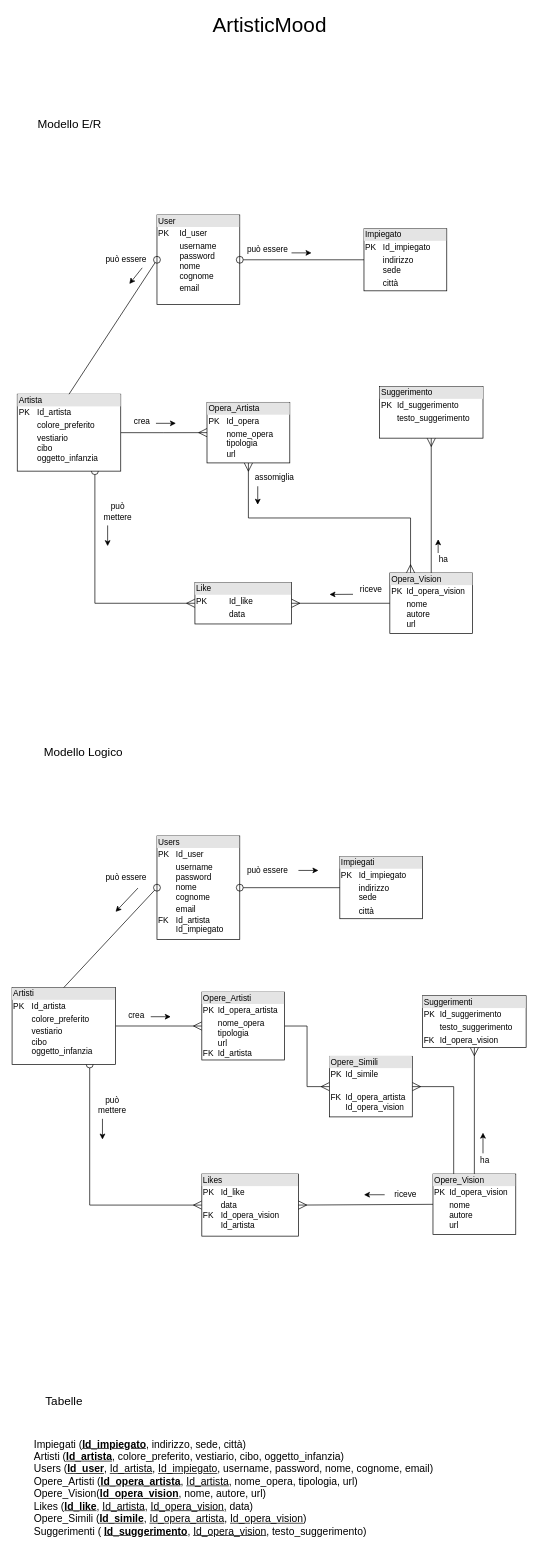
The draw.io diagram ArtisticMood.drawio in ChiaraGismondi02/ArtisticMood, before the edit. Source tidied: cells renumbered, new cells numbered last; positions are measured from the earlier drawing's top-left corner, leaving out a move shared by most shapes. Both pictures are drawn from the tidied source at 69%, with x=0, y=0 at pixel (12, 14).
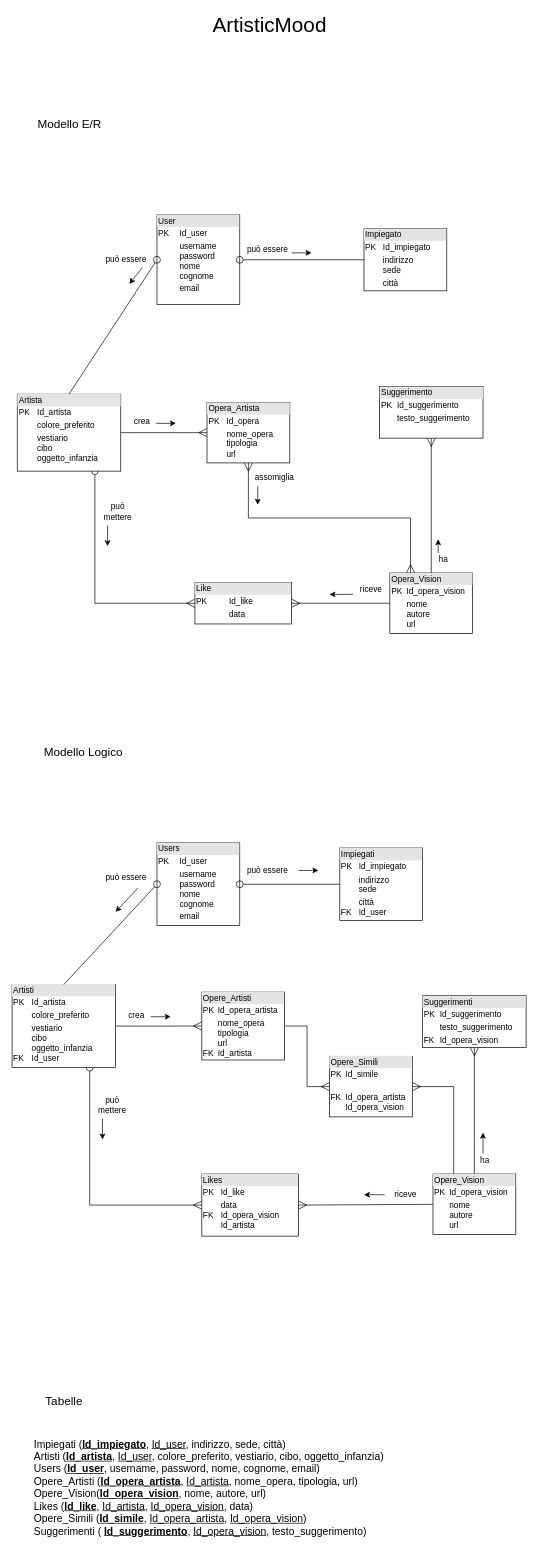
Above is the later version.

What changed in the source:
```diff
@@
-    <mxCell id="4" value="&lt;div style=&quot;box-sizing: border-box ; width: 100% ; background: #e4e4e4 ; padding: 2px&quot;&gt;Artisti&lt;/div&gt;&lt;table style=&quot;width: 100% ; font-size: 1em&quot; cellpadding=&quot;2&quot; cellspacing=&quot;0&quot;&gt;&lt;tbody&gt;&lt;tr&gt;&lt;td&gt;PK&lt;/td&gt;&lt;td&gt;Id_artista&lt;br&gt;&lt;/td&gt;&lt;/tr&gt;&lt;tr&gt;&lt;td&gt;&lt;br&gt;&lt;/td&gt;&lt;td&gt;colore_preferito&lt;/td&gt;&lt;/tr&gt;&lt;tr&gt;&lt;td&gt;&lt;br&gt;&lt;br&gt;&lt;br&gt;&lt;br&gt;&lt;br&gt;&lt;/td&gt;&lt;td&gt;vestiario&lt;br&gt;cibo&lt;br&gt;oggetto_infanzia&lt;br&gt;&lt;br&gt;&lt;br&gt;&lt;/td&gt;&lt;/tr&gt;&lt;/tbody&gt;&lt;/table&gt;" style="verticalAlign=top;align=left;overflow=fill;html=1;" parent="1" vertex="1">
-      <mxGeometry y="1410.7" width="150" height="111.5" as="geometry" />
+    <mxCell id="4" value="&lt;div style=&quot;box-sizing: border-box ; width: 100% ; background: #e4e4e4 ; padding: 2px&quot;&gt;Artisti&lt;/div&gt;&lt;table style=&quot;width: 100% ; font-size: 1em&quot; cellpadding=&quot;2&quot; cellspacing=&quot;0&quot;&gt;&lt;tbody&gt;&lt;tr&gt;&lt;td&gt;PK&lt;/td&gt;&lt;td&gt;Id_artista&lt;br&gt;&lt;/td&gt;&lt;/tr&gt;&lt;tr&gt;&lt;td&gt;&lt;br&gt;&lt;/td&gt;&lt;td&gt;colore_preferito&lt;/td&gt;&lt;/tr&gt;&lt;tr&gt;&lt;td&gt;&lt;br&gt;&lt;br&gt;&lt;br&gt;FK&lt;br&gt;&lt;br&gt;&lt;br&gt;&lt;/td&gt;&lt;td&gt;vestiario&lt;br&gt;cibo&lt;br&gt;oggetto_infanzia&lt;br&gt;Id_user&lt;br&gt;&lt;br&gt;&lt;br&gt;&lt;/td&gt;&lt;/tr&gt;&lt;/tbody&gt;&lt;/table&gt;" style="verticalAlign=top;align=left;overflow=fill;html=1;" parent="1" vertex="1">
+      <mxGeometry y="1406.4" width="150" height="120.3" as="geometry" />
     </mxCell>
@@
-    <mxCell id="14" value="&lt;font style=&quot;font-size: 15px&quot;&gt;&lt;br&gt;Impiegati (&lt;b&gt;&lt;u&gt;Id_impiegato&lt;/u&gt;&lt;/b&gt;, indirizzo, sede, città)&lt;br&gt;Artisti (&lt;u&gt;&lt;b&gt;Id_artista&lt;/b&gt;&lt;/u&gt;, colore_preferito, vestiario, cibo, oggetto_infanzia)&lt;br&gt;Users (&lt;u&gt;&lt;b&gt;Id_user&lt;/b&gt;&lt;/u&gt;,&amp;nbsp;&lt;u&gt;Id_artista&lt;/u&gt;,&amp;nbsp;&lt;u&gt;Id_impiegato&lt;/u&gt;, username, password, nome, cognome, email)&lt;br&gt;Opere_Artisti (&lt;b&gt;&lt;u&gt;Id_opera_artista&lt;/u&gt;&lt;/b&gt;, &lt;u&gt;Id_artista&lt;/u&gt;, nome_opera, tipologia, url)&lt;br&gt;Opere_Vision(&lt;b&gt;&lt;u&gt;Id_opera_vision&lt;/u&gt;&lt;/b&gt;, nome, autore, url)&lt;br&gt;Likes (&lt;u&gt;&lt;b&gt;Id_like&lt;/b&gt;&lt;/u&gt;, &lt;u&gt;Id_artista&lt;/u&gt;, &lt;u&gt;Id_opera_vision,&lt;/u&gt; data)&lt;br&gt;Opere_Simili (&lt;b&gt;&lt;u&gt;Id_simile&lt;/u&gt;&lt;/b&gt;, &lt;u&gt;Id_opera_artista&lt;/u&gt;, &lt;u&gt;Id_opera_vision&lt;/u&gt;)&lt;br&gt;Suggerimenti ( &lt;u&gt;&lt;b&gt;Id_suggerimento&lt;/b&gt;&lt;/u&gt;, &lt;u&gt;Id_opera_vision&lt;/u&gt;, testo_suggerimento)&lt;/font&gt;" style="text;html=1;align=left;verticalAlign=middle;fillColor=none;strokeColor=none;rounded=0;sketch=0;" parent="1" vertex="1">
-      <mxGeometry x="30" y="2056" width="590" height="140" as="geometry" />
+    <mxCell id="14" value="&lt;font style=&quot;font-size: 15px&quot;&gt;&lt;br&gt;Impiegati (&lt;b&gt;&lt;u&gt;Id_impiegato&lt;/u&gt;&lt;/b&gt;, &lt;u&gt;Id_user&lt;/u&gt;, indirizzo, sede, città)&lt;br&gt;Artisti (&lt;u&gt;&lt;b&gt;Id_artista&lt;/b&gt;&lt;/u&gt;, &lt;u&gt;Id_user&lt;/u&gt;, colore_preferito, vestiario, cibo, oggetto_infanzia)&lt;br&gt;Users (&lt;u&gt;&lt;b&gt;Id_user&lt;/b&gt;&lt;/u&gt;, username, password, nome, cognome, email)&lt;br&gt;Opere_Artisti (&lt;b&gt;&lt;u&gt;Id_opera_artista&lt;/u&gt;&lt;/b&gt;, &lt;u&gt;Id_artista&lt;/u&gt;, nome_opera, tipologia, url)&lt;br&gt;Opere_Vision(&lt;b&gt;&lt;u&gt;Id_opera_vision&lt;/u&gt;&lt;/b&gt;, nome, autore, url)&lt;br&gt;Likes (&lt;u&gt;&lt;b&gt;Id_like&lt;/b&gt;&lt;/u&gt;, &lt;u&gt;Id_artista&lt;/u&gt;, &lt;u&gt;Id_opera_vision,&lt;/u&gt; data)&lt;br&gt;Opere_Simili (&lt;b&gt;&lt;u&gt;Id_simile&lt;/u&gt;&lt;/b&gt;, &lt;u&gt;Id_opera_artista&lt;/u&gt;, &lt;u&gt;Id_opera_vision&lt;/u&gt;)&lt;br&gt;Suggerimenti ( &lt;u&gt;&lt;b&gt;Id_suggerimento&lt;/b&gt;&lt;/u&gt;, &lt;u&gt;Id_opera_vision&lt;/u&gt;, testo_suggerimento)&lt;/font&gt;" style="text;html=1;align=left;verticalAlign=middle;fillColor=none;strokeColor=none;rounded=0;sketch=0;" parent="1" vertex="1">
+      <mxGeometry x="30" y="2056" width="520" height="140" as="geometry" />
     </mxCell>
@@
-    <mxCell id="24" value="&lt;div style=&quot;box-sizing: border-box ; width: 100% ; background: #e4e4e4 ; padding: 2px&quot;&gt;Impiegati&lt;/div&gt;&lt;table style=&quot;width: 100% ; font-size: 1em&quot; cellpadding=&quot;2&quot; cellspacing=&quot;0&quot;&gt;&lt;tbody&gt;&lt;tr&gt;&lt;td&gt;PK&lt;/td&gt;&lt;td&gt;Id_impiegato&lt;br&gt;&lt;/td&gt;&lt;/tr&gt;&lt;tr&gt;&lt;td&gt;&lt;br&gt;&lt;br&gt;&lt;/td&gt;&lt;td&gt;indirizzo&lt;br&gt;sede&lt;/td&gt;&lt;/tr&gt;&lt;tr&gt;&lt;td&gt;&lt;br&gt;&lt;/td&gt;&lt;td&gt;città&lt;br&gt;&lt;br&gt;&lt;/td&gt;&lt;/tr&gt;&lt;/tbody&gt;&lt;/table&gt;" style="verticalAlign=top;align=left;overflow=fill;html=1;" parent="1" vertex="1">
-      <mxGeometry x="475" y="1221" width="120" height="90" as="geometry" />
+    <mxCell id="24" value="&lt;div style=&quot;box-sizing: border-box ; width: 100% ; background: #e4e4e4 ; padding: 2px&quot;&gt;Impiegati&lt;/div&gt;&lt;table style=&quot;width: 100% ; font-size: 1em&quot; cellpadding=&quot;2&quot; cellspacing=&quot;0&quot;&gt;&lt;tbody&gt;&lt;tr&gt;&lt;td&gt;PK&lt;/td&gt;&lt;td&gt;Id_impiegato&lt;br&gt;&lt;/td&gt;&lt;/tr&gt;&lt;tr&gt;&lt;td&gt;&lt;br&gt;&lt;br&gt;&lt;/td&gt;&lt;td&gt;indirizzo&lt;br&gt;sede&lt;/td&gt;&lt;/tr&gt;&lt;tr&gt;&lt;td&gt;FK&lt;/td&gt;&lt;td&gt;città&lt;br&gt;Id_user&lt;br&gt;&lt;br&gt;&lt;/td&gt;&lt;/tr&gt;&lt;/tbody&gt;&lt;/table&gt;" style="verticalAlign=top;align=left;overflow=fill;html=1;" parent="1" vertex="1">
+      <mxGeometry x="475" y="1208.5" width="120" height="105" as="geometry" />
     </mxCell>
-    <mxCell id="25" value="&lt;div style=&quot;box-sizing: border-box ; width: 100% ; background: #e4e4e4 ; padding: 2px&quot;&gt;Users&lt;/div&gt;&lt;table style=&quot;width: 100% ; font-size: 1em&quot; cellpadding=&quot;2&quot; cellspacing=&quot;0&quot;&gt;&lt;tbody&gt;&lt;tr&gt;&lt;td&gt;PK&lt;/td&gt;&lt;td&gt;Id_user&lt;br&gt;&lt;/td&gt;&lt;/tr&gt;&lt;tr&gt;&lt;td&gt;&lt;br&gt;&lt;br&gt;&lt;/td&gt;&lt;td&gt;username&lt;br&gt;password&lt;br&gt;nome&lt;br&gt;cognome&lt;br&gt;&lt;/td&gt;&lt;/tr&gt;&lt;tr&gt;&lt;td&gt;FK&lt;/td&gt;&lt;td&gt;email&lt;br&gt;Id_artista&lt;br&gt;Id_impiegato&lt;/td&gt;&lt;/tr&gt;&lt;/tbody&gt;&lt;/table&gt;" style="verticalAlign=top;align=left;overflow=fill;html=1;" parent="1" vertex="1">
-      <mxGeometry x="210" y="1191" width="120" height="150" as="geometry" />
+    <mxCell id="25" value="&lt;div style=&quot;box-sizing: border-box ; width: 100% ; background: #e4e4e4 ; padding: 2px&quot;&gt;Users&lt;/div&gt;&lt;table style=&quot;width: 100% ; font-size: 1em&quot; cellpadding=&quot;2&quot; cellspacing=&quot;0&quot;&gt;&lt;tbody&gt;&lt;tr&gt;&lt;td&gt;PK&lt;/td&gt;&lt;td&gt;Id_user&lt;br&gt;&lt;/td&gt;&lt;/tr&gt;&lt;tr&gt;&lt;td&gt;&lt;br&gt;&lt;br&gt;&lt;/td&gt;&lt;td&gt;username&lt;br&gt;password&lt;br&gt;nome&lt;br&gt;cognome&lt;br&gt;&lt;/td&gt;&lt;/tr&gt;&lt;tr&gt;&lt;td&gt;&lt;br&gt;&lt;/td&gt;&lt;td&gt;email&lt;br&gt;&lt;br&gt;&lt;/td&gt;&lt;/tr&gt;&lt;/tbody&gt;&lt;/table&gt;" style="verticalAlign=top;align=left;overflow=fill;html=1;" parent="1" vertex="1">
+      <mxGeometry x="210" y="1201" width="120" height="120" as="geometry" />
     </mxCell>
```
